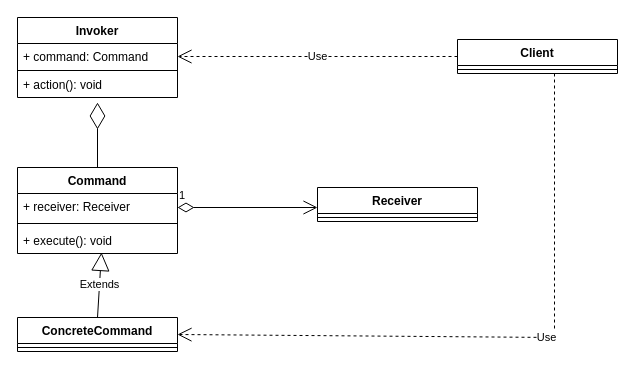
Above: design_pattern/command/命令模式类图.drawio in linqibin0826/drawio (draw.io), before the change. Source tidied: cells renumbered, new cells numbered last; positions are measured from the earlier drawing's top-left corner, leaving out a move shared by most shapes. Both pictures are drawn from the tidied source at 100%, with x=0, y=0 at pixel (17, 17).
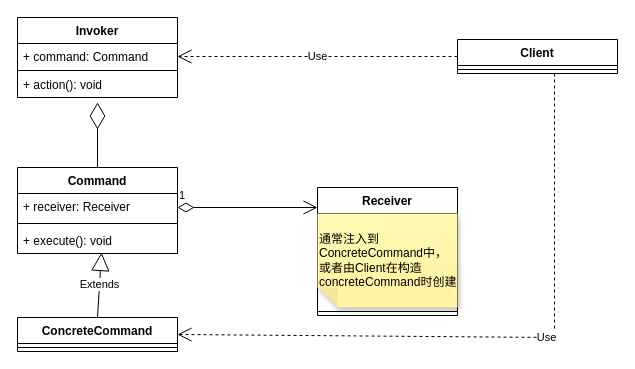
Above is the later version.

Commit message (it also covers changes not shown here):
更新命令模式类图.drawio

Diff of the diagram source:
```diff
@@
     <mxCell id="6" value="Receiver" style="swimlane;fontStyle=1;align=center;verticalAlign=top;horizontal=1;startSize=26;whiteSpace=wrap;html=1;" parent="1" vertex="1">
-      <mxGeometry x="300" y="170" width="160" height="34" as="geometry" />
+      <mxGeometry x="300" y="170" width="140" height="128" as="geometry" />
     </mxCell>
+    <mxCell id="21" value="通常注入到ConcreteCommand中，或者由Client在构造concreteCommand时创建" style="shape=note;whiteSpace=wrap;html=1;backgroundOutline=1;fontColor=#000000;darkOpacity=0.05;fillColor=#FFF9B2;strokeColor=none;fillStyle=solid;direction=west;gradientDirection=north;gradientColor=#FFF2A1;shadow=1;size=20;align=left;" parent="6" vertex="1">
+      <mxGeometry y="26" width="140" height="94" as="geometry" />
+    </mxCell>
     <mxCell id="7" style="line;strokeWidth=1;fillColor=none;align=left;verticalAlign=middle;spacingTop=-1;spacingLeft=3;spacingRight=3;labelPosition=right;strokeColor=inherit;" parent="6" vertex="1">
-      <mxGeometry y="26" width="160" height="8" as="geometry" />
+      <mxGeometry y="120" width="140" height="8" as="geometry" />
     </mxCell>
```
